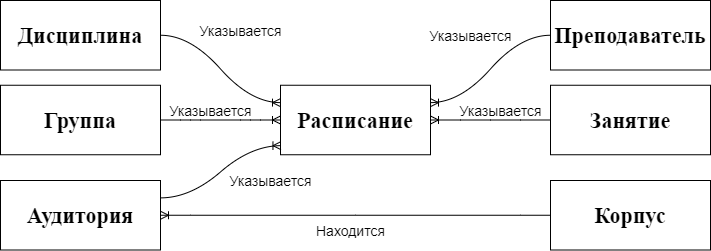
This is расписание политеха.png from Sayikoro/DBFRead, a draw.io export, as it was before one commit. Source tidied: cells renumbered, new cells last; positions are measured from the earlier drawing's top-left corner, leaving out a move shared by most shapes.
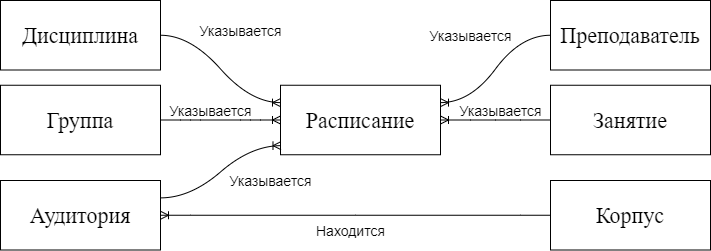
Above is the later version.

Diff of the diagram source:
```diff
@@ -2,34 +2,34 @@
   <root>
     <mxCell id="0" />
     <mxCell id="1" parent="0" />
-    <mxCell id="2" value="&lt;h2 style=&quot;font-size: 22px;&quot;&gt;Группа&lt;/h2&gt;" style="rounded=0;whiteSpace=wrap;html=1;fontFamily=Times New Roman;fontSize=22;fontStyle=0;" parent="1" vertex="1">
+    <mxCell id="2" value="&lt;h2 style=&quot;font-size: 22px&quot;&gt;&lt;span style=&quot;font-weight: normal&quot;&gt;Группа&lt;/span&gt;&lt;/h2&gt;" style="rounded=0;whiteSpace=wrap;html=1;fontFamily=Times New Roman;fontSize=22;fontStyle=0;" parent="1" vertex="1">
       <mxGeometry y="84.8" width="160" height="69.5" as="geometry" />
     </mxCell>
-    <mxCell id="3" value="Дисциплина" style="rounded=0;whiteSpace=wrap;html=1;fontFamily=Times New Roman;fontSize=22;fontStyle=1;" parent="1" vertex="1">
+    <mxCell id="3" value="Дисциплина" style="rounded=0;whiteSpace=wrap;html=1;fontFamily=Times New Roman;fontSize=22;fontStyle=0;" parent="1" vertex="1">
       <mxGeometry width="160" height="69.5" as="geometry" />
     </mxCell>
-    <mxCell id="4" value="Расписание" style="rounded=0;whiteSpace=wrap;html=1;fontFamily=Times New Roman;fontSize=22;fontStyle=1;" parent="1" vertex="1">
-      <mxGeometry x="280" y="84.8" width="150" height="69.5" as="geometry" />
+    <mxCell id="4" value="Расписание" style="rounded=0;whiteSpace=wrap;html=1;fontFamily=Times New Roman;fontSize=22;fontStyle=0;" parent="1" vertex="1">
+      <mxGeometry x="280" y="84.8" width="160" height="69.5" as="geometry" />
     </mxCell>
-    <mxCell id="5" value="Аудитория" style="rounded=0;whiteSpace=wrap;html=1;fontFamily=Times New Roman;fontSize=22;fontStyle=1;" parent="1" vertex="1">
+    <mxCell id="5" value="Аудитория" style="rounded=0;whiteSpace=wrap;html=1;fontFamily=Times New Roman;fontSize=22;fontStyle=0;" parent="1" vertex="1">
       <mxGeometry y="180" width="160" height="69.5" as="geometry" />
     </mxCell>
     <mxCell id="6" style="edgeStyle=entityRelationEdgeStyle;fontSize=12;html=1;endArrow=ERoneToMany;shadow=0;curved=1;sketch=0;noJump=0;" parent="1" edge="1" source="7" target="5">
       <mxGeometry relative="1" as="geometry" />
     </mxCell>
-    <mxCell id="7" value="Корпус" style="rounded=0;whiteSpace=wrap;html=1;fontFamily=Times New Roman;fontSize=22;fontStyle=1;" parent="1" vertex="1">
+    <mxCell id="7" value="Корпус" style="rounded=0;whiteSpace=wrap;html=1;fontFamily=Times New Roman;fontSize=22;fontStyle=0;" parent="1" vertex="1">
       <mxGeometry x="550" y="180" width="160" height="69.5" as="geometry" />
     </mxCell>
     <mxCell id="8" style="edgeStyle=entityRelationEdgeStyle;fontSize=12;html=1;endArrow=ERoneToMany;shadow=0;curved=1;sketch=0;noJump=0;" parent="1" edge="1" source="9" target="4">
       <mxGeometry relative="1" as="geometry" />
     </mxCell>
-    <mxCell id="9" value="Занятие" style="rounded=0;whiteSpace=wrap;html=1;fontFamily=Times New Roman;fontSize=22;fontStyle=1;" parent="1" vertex="1">
+    <mxCell id="9" value="Занятие" style="rounded=0;whiteSpace=wrap;html=1;fontFamily=Times New Roman;fontSize=22;fontStyle=0;" parent="1" vertex="1">
       <mxGeometry x="550" y="84.8" width="160" height="69.5" as="geometry" />
     </mxCell>
     <mxCell id="10" style="edgeStyle=entityRelationEdgeStyle;fontSize=12;html=1;endArrow=ERoneToMany;shadow=0;curved=1;sketch=0;noJump=0;entryX=1;entryY=0.25;entryDx=0;entryDy=0;" parent="1" edge="1" source="11" target="4">
       <mxGeometry relative="1" as="geometry" />
     </mxCell>
-    <mxCell id="11" value="Преподаватель" style="rounded=0;whiteSpace=wrap;html=1;fontFamily=Times New Roman;fontSize=22;fontStyle=1;" parent="1" vertex="1">
+    <mxCell id="11" value="Преподаватель" style="rounded=0;whiteSpace=wrap;html=1;fontFamily=Times New Roman;fontSize=22;fontStyle=0;" parent="1" vertex="1">
       <mxGeometry x="550" width="160" height="69.5" as="geometry" />
     </mxCell>
     <mxCell id="12" style="edgeStyle=entityRelationEdgeStyle;fontSize=12;html=1;endArrow=ERoneToMany;exitX=1;exitY=0.5;exitDx=0;exitDy=0;entryX=0;entryY=0.5;entryDx=0;entryDy=0;" parent="1" edge="1" source="2" target="4">
```
